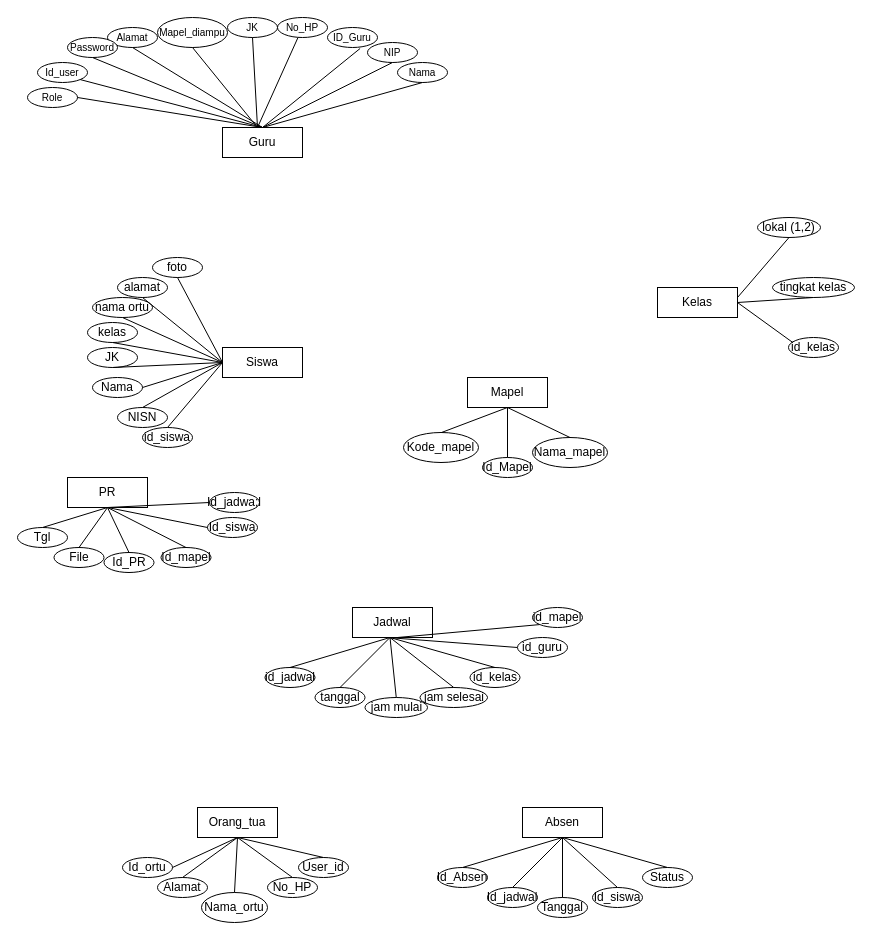
Earlier version of the draw.io diagram page "erd" (1 of 2) of Diagram Tanpa Judul.drawio (bayudani/diagram). Source tidied: cells renumbered, new cells numbered last; positions are measured from the earlier drawing's top-left corner, leaving out a move shared by most shapes. Both pictures are drawn from the tidied source at 100%, with x=0, y=0 at pixel (17, 17).
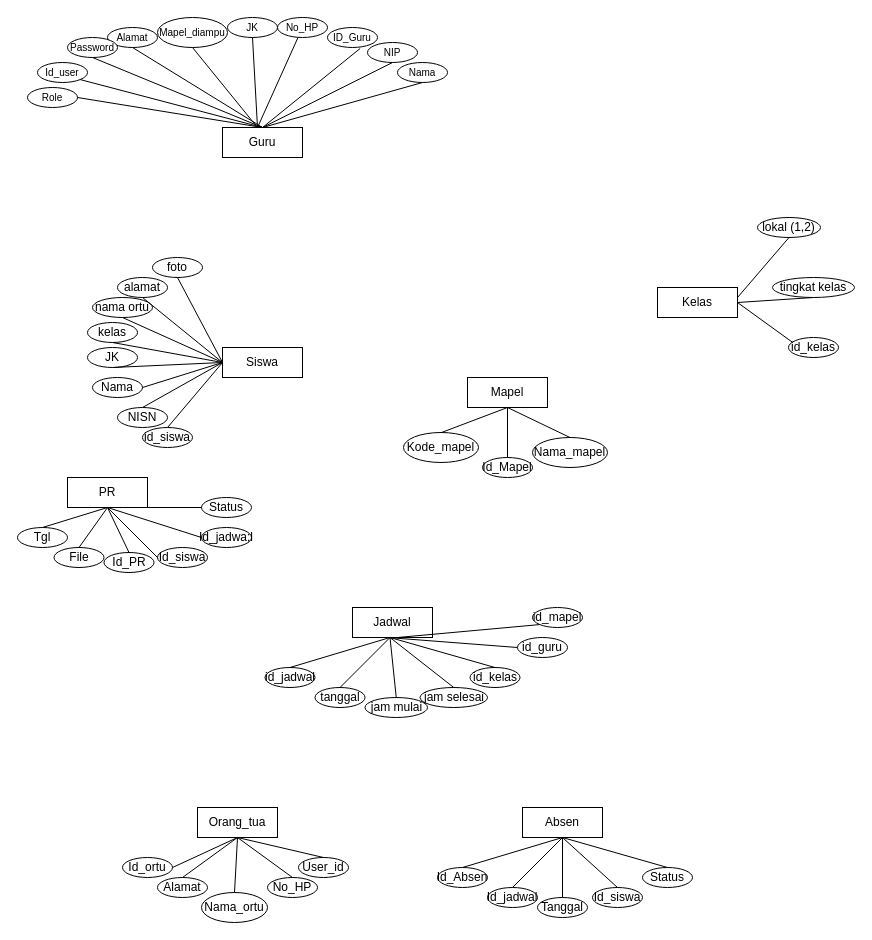
After the change.

The change refers to these unchanged cells:
```xml
<mxCell id="8" value="PR" style="rounded=0;whiteSpace=wrap;html=1;" parent="1" vertex="1">
  <mxGeometry x="50" y="460" width="80" height="30" as="geometry" />
</mxCell>
```

The edit, as a diff of the source:
```diff
@@
-    <mxCell id="96" value="Id_mapel" style="ellipse;whiteSpace=wrap;html=1;" parent="1" vertex="1">
-      <mxGeometry x="143.5" y="530" width="50" height="20" as="geometry" />
-    </mxCell>
-    <mxCell id="97" style="endArrow=none;html=1;rounded=0;entryX=0.5;entryY=1;entryDx=0;entryDy=0;exitX=0.5;exitY=0;exitDx=0;exitDy=0;" parent="1" edge="1" source="96" target="8">
-      <mxGeometry relative="1" as="geometry" />
-    </mxCell>
     <mxCell id="98" value="Id_siswa" style="ellipse;whiteSpace=wrap;html=1;" parent="1" vertex="1">
-      <mxGeometry x="190" y="500" width="50" height="20" as="geometry" />
+      <mxGeometry x="140" y="530" width="50" height="20" as="geometry" />
     </mxCell>
     <mxCell id="99" value="Id_jadwa;l" style="ellipse;whiteSpace=wrap;html=1;" parent="1" vertex="1">
-      <mxGeometry x="192" y="475" width="50" height="20" as="geometry" />
+      <mxGeometry x="184" y="510" width="50" height="20" as="geometry" />
     </mxCell>
@@
+    <mxCell id="104" value="Status" style="ellipse;whiteSpace=wrap;html=1;" parent="1" vertex="1">
+      <mxGeometry x="184" y="480" width="50" height="20" as="geometry" />
+    </mxCell>
+    <mxCell id="105" style="endArrow=none;html=1;rounded=0;exitX=0;exitY=0.5;exitDx=0;exitDy=0;" parent="1" edge="1" source="104">
+      <mxGeometry relative="1" as="geometry">
+        <mxPoint x="90" y="490" as="targetPoint" />
+      </mxGeometry>
+    </mxCell>
```
